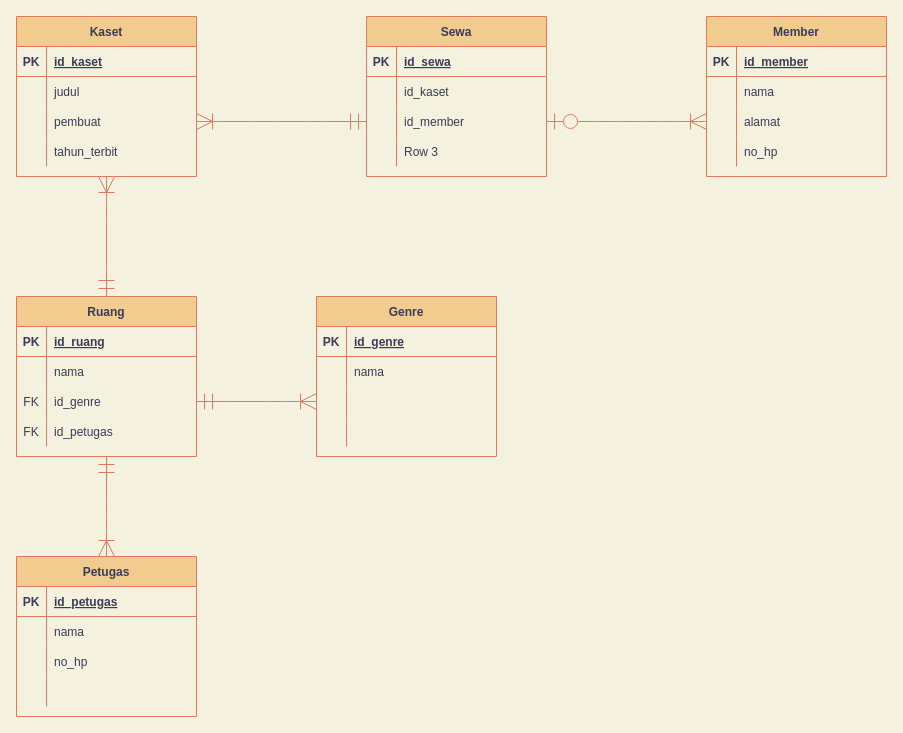
Above: kaset.drawio in nanwp/BasDat (draw.io), before the change. Source tidied: cells renumbered, new cells numbered last; positions are measured from the earlier drawing's top-left corner, leaving out a move shared by most shapes. Both pictures are drawn from the tidied source at 100%, with x=0, y=0 at pixel (16, 16).
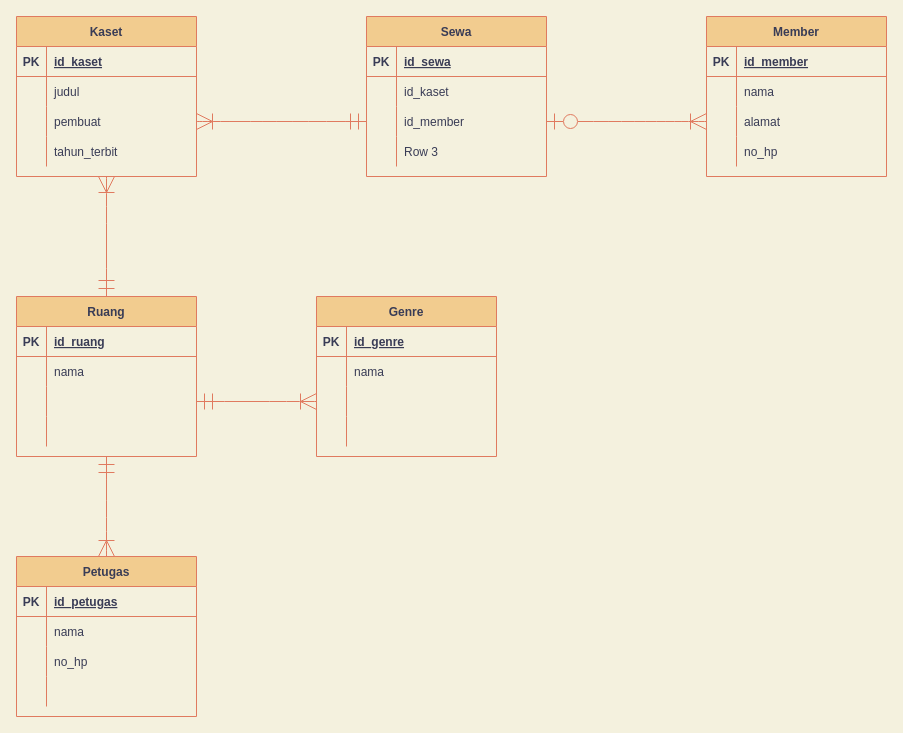
Above is the later version.

The change refers to these unchanged cells:
```xml
<mxCell id="49" style="shape=tableRow;horizontal=0;startSize=0;swimlaneHead=0;swimlaneBody=0;fillColor=none;points=[[0,0.5],[1,0.5]];portConstraint=eastwest;top=0;left=0;right=0;bottom=0;hachureGap=4;fontColor=#393C56;strokeColor=#E07A5F;" parent="42" vertex="1">
  <mxGeometry y="90" width="180" height="30" as="geometry" />
</mxCell>
<mxCell id="52" style="shape=tableRow;horizontal=0;startSize=0;swimlaneHead=0;swimlaneBody=0;fillColor=none;top=0;left=0;right=0;bottom=0;hachureGap=4;fontColor=#393C56;strokeColor=#E07A5F;" parent="42" vertex="1">
  <mxGeometry y="120" width="180" height="30" as="geometry" />
</mxCell>
```

What changed in the source:
```diff
@@
-    <mxCell id="50" value="FK" style="shape=partialRectangle;fillColor=none;top=0;left=0;bottom=0;right=0;overflow=hidden;hachureGap=4;fontColor=#393C56;strokeColor=#E07A5F;" parent="49" vertex="1">
+    <mxCell id="50" style="shape=partialRectangle;fillColor=none;top=0;left=0;bottom=0;right=0;overflow=hidden;hachureGap=4;fontColor=#393C56;strokeColor=#E07A5F;" parent="49" vertex="1">
       <mxGeometry width="30" height="30" as="geometry" />
     </mxCell>
-    <mxCell id="51" value="id_genre" style="shape=partialRectangle;fillColor=none;top=0;left=0;bottom=0;right=0;align=left;spacingLeft=6;overflow=hidden;hachureGap=4;fontColor=#393C56;strokeColor=#E07A5F;" parent="49" vertex="1">
+    <mxCell id="51" style="shape=partialRectangle;fillColor=none;top=0;left=0;bottom=0;right=0;align=left;spacingLeft=6;overflow=hidden;hachureGap=4;fontColor=#393C56;strokeColor=#E07A5F;" parent="49" vertex="1">
       <mxGeometry x="30" width="150" height="30" as="geometry" />
     </mxCell>
@@
-    <mxCell id="53" value="FK" style="shape=partialRectangle;fillColor=none;top=0;left=0;bottom=0;right=0;overflow=hidden;hachureGap=4;fontColor=#393C56;strokeColor=#E07A5F;" parent="52" vertex="1">
+    <mxCell id="53" style="shape=partialRectangle;fillColor=none;top=0;left=0;bottom=0;right=0;overflow=hidden;hachureGap=4;fontColor=#393C56;strokeColor=#E07A5F;" parent="52" vertex="1">
       <mxGeometry width="30" height="30" as="geometry" />
     </mxCell>
-    <mxCell id="54" value="id_petugas" style="shape=partialRectangle;fillColor=none;top=0;left=0;bottom=0;right=0;align=left;spacingLeft=6;overflow=hidden;hachureGap=4;fontColor=#393C56;strokeColor=#E07A5F;" parent="52" vertex="1">
+    <mxCell id="54" style="shape=partialRectangle;fillColor=none;top=0;left=0;bottom=0;right=0;align=left;spacingLeft=6;overflow=hidden;hachureGap=4;fontColor=#393C56;strokeColor=#E07A5F;" parent="52" vertex="1">
       <mxGeometry x="30" width="150" height="30" as="geometry" />
     </mxCell>
```
